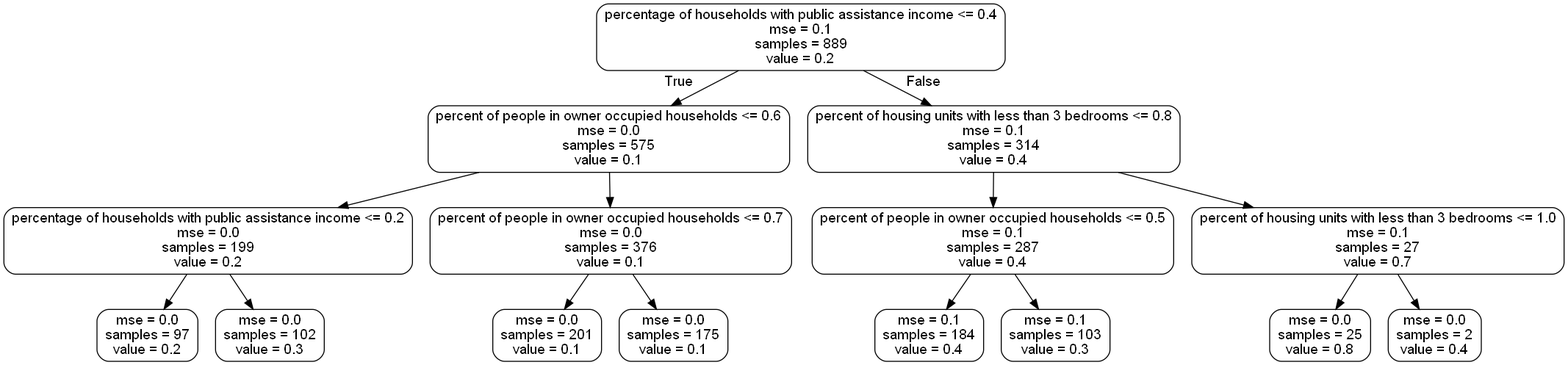
The Graphviz diagram pictures/small_tree.png in tangjikededela/ADSTP, before a commit. Its source is kept beside it as pictures/small_tree.dot. The source it was exported from:
```dot
digraph Tree {
node [shape=box, style="rounded", color="black", fontname=helvetica] ;
edge [fontname=helvetica] ;
0 [label="percentage of households with public assistance income <= 0.4\nmse = 0.1\nsamples = 889\nvalue = 0.2"] ;
1 [label="percent of people in owner occupied households <= 0.6\nmse = 0.0\nsamples = 575\nvalue = 0.1"] ;
0 -> 1 [labeldistance=2.5, labelangle=45, headlabel="True"] ;
2 [label="percentage of households with public assistance income <= 0.2\nmse = 0.0\nsamples = 199\nvalue = 0.2"] ;
1 -> 2 ;
3 [label="mse = 0.0\nsamples = 97\nvalue = 0.2"] ;
2 -> 3 ;
4 [label="mse = 0.0\nsamples = 102\nvalue = 0.3"] ;
2 -> 4 ;
5 [label="percent of people in owner occupied households <= 0.7\nmse = 0.0\nsamples = 376\nvalue = 0.1"] ;
1 -> 5 ;
6 [label="mse = 0.0\nsamples = 201\nvalue = 0.1"] ;
5 -> 6 ;
7 [label="mse = 0.0\nsamples = 175\nvalue = 0.1"] ;
5 -> 7 ;
8 [label="percent of housing units with less than 3 bedrooms <= 0.8\nmse = 0.1\nsamples = 314\nvalue = 0.4"] ;
0 -> 8 [labeldistance=2.5, labelangle=-45, headlabel="False"] ;
9 [label="percent of people in owner occupied households <= 0.5\nmse = 0.1\nsamples = 287\nvalue = 0.4"] ;
8 -> 9 ;
10 [label="mse = 0.1\nsamples = 184\nvalue = 0.4"] ;
9 -> 10 ;
11 [label="mse = 0.1\nsamples = 103\nvalue = 0.3"] ;
9 -> 11 ;
12 [label="percent of housing units with less than 3 bedrooms <= 1.0\nmse = 0.1\nsamples = 27\nvalue = 0.7"] ;
8 -> 12 ;
13 [label="mse = 0.0\nsamples = 25\nvalue = 0.8"] ;
12 -> 13 ;
14 [label="mse = 0.0\nsamples = 2\nvalue = 0.4"] ;
12 -> 14 ;
}
```
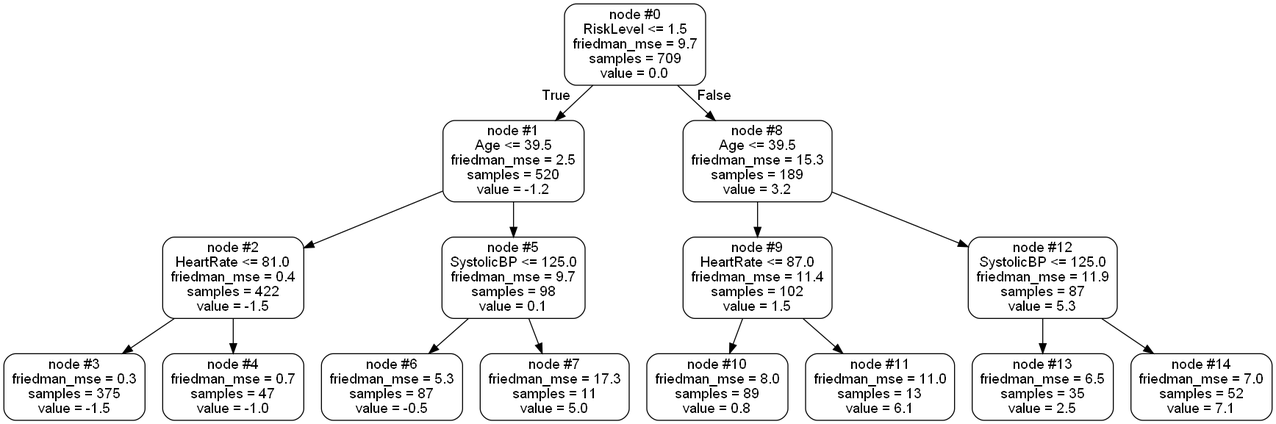
The same file after the commit.

The edit, as a diff of the source:
```diff
@@ -1,33 +1,33 @@
 digraph Tree {
 node [shape=box, style="rounded", color="black", fontname=helvetica] ;
 edge [fontname=helvetica] ;
-0 [label="percentage of households with public assistance income <= 0.4\nmse = 0.1\nsamples = 889\nvalue = 0.2"] ;
-1 [label="percent of people in owner occupied households <= 0.6\nmse = 0.0\nsamples = 575\nvalue = 0.1"] ;
+0 [label="node #0\nRiskLevel <= 1.5\nfriedman_mse = 9.7\nsamples = 709\nvalue = 0.0"] ;
+1 [label="node #1\nAge <= 39.5\nfriedman_mse = 2.5\nsamples = 520\nvalue = -1.2"] ;
 0 -> 1 [labeldistance=2.5, labelangle=45, headlabel="True"] ;
-2 [label="percentage of households with public assistance income <= 0.2\nmse = 0.0\nsamples = 199\nvalue = 0.2"] ;
+2 [label="node #2\nHeartRate <= 81.0\nfriedman_mse = 0.4\nsamples = 422\nvalue = -1.5"] ;
 1 -> 2 ;
-3 [label="mse = 0.0\nsamples = 97\nvalue = 0.2"] ;
+3 [label="node #3\nfriedman_mse = 0.3\nsamples = 375\nvalue = -1.5"] ;
 2 -> 3 ;
-4 [label="mse = 0.0\nsamples = 102\nvalue = 0.3"] ;
+4 [label="node #4\nfriedman_mse = 0.7\nsamples = 47\nvalue = -1.0"] ;
 2 -> 4 ;
-5 [label="percent of people in owner occupied households <= 0.7\nmse = 0.0\nsamples = 376\nvalue = 0.1"] ;
+5 [label="node #5\nSystolicBP <= 125.0\nfriedman_mse = 9.7\nsamples = 98\nvalue = 0.1"] ;
 1 -> 5 ;
-6 [label="mse = 0.0\nsamples = 201\nvalue = 0.1"] ;
+6 [label="node #6\nfriedman_mse = 5.3\nsamples = 87\nvalue = -0.5"] ;
 5 -> 6 ;
-7 [label="mse = 0.0\nsamples = 175\nvalue = 0.1"] ;
+7 [label="node #7\nfriedman_mse = 17.3\nsamples = 11\nvalue = 5.0"] ;
 5 -> 7 ;
-8 [label="percent of housing units with less than 3 bedrooms <= 0.8\nmse = 0.1\nsamples = 314\nvalue = 0.4"] ;
+8 [label="node #8\nAge <= 39.5\nfriedman_mse = 15.3\nsamples = 189\nvalue = 3.2"] ;
 0 -> 8 [labeldistance=2.5, labelangle=-45, headlabel="False"] ;
-9 [label="percent of people in owner occupied households <= 0.5\nmse = 0.1\nsamples = 287\nvalue = 0.4"] ;
+9 [label="node #9\nHeartRate <= 87.0\nfriedman_mse = 11.4\nsamples = 102\nvalue = 1.5"] ;
 8 -> 9 ;
-10 [label="mse = 0.1\nsamples = 184\nvalue = 0.4"] ;
+10 [label="node #10\nfriedman_mse = 8.0\nsamples = 89\nvalue = 0.8"] ;
 9 -> 10 ;
-11 [label="mse = 0.1\nsamples = 103\nvalue = 0.3"] ;
+11 [label="node #11\nfriedman_mse = 11.0\nsamples = 13\nvalue = 6.1"] ;
 9 -> 11 ;
-12 [label="percent of housing units with less than 3 bedrooms <= 1.0\nmse = 0.1\nsamples = 27\nvalue = 0.7"] ;
+12 [label="node #12\nSystolicBP <= 125.0\nfriedman_mse = 11.9\nsamples = 87\nvalue = 5.3"] ;
 8 -> 12 ;
-13 [label="mse = 0.0\nsamples = 25\nvalue = 0.8"] ;
+13 [label="node #13\nfriedman_mse = 6.5\nsamples = 35\nvalue = 2.5"] ;
 12 -> 13 ;
-14 [label="mse = 0.0\nsamples = 2\nvalue = 0.4"] ;
+14 [label="node #14\nfriedman_mse = 7.0\nsamples = 52\nvalue = 7.1"] ;
 12 -> 14 ;
 }
```
